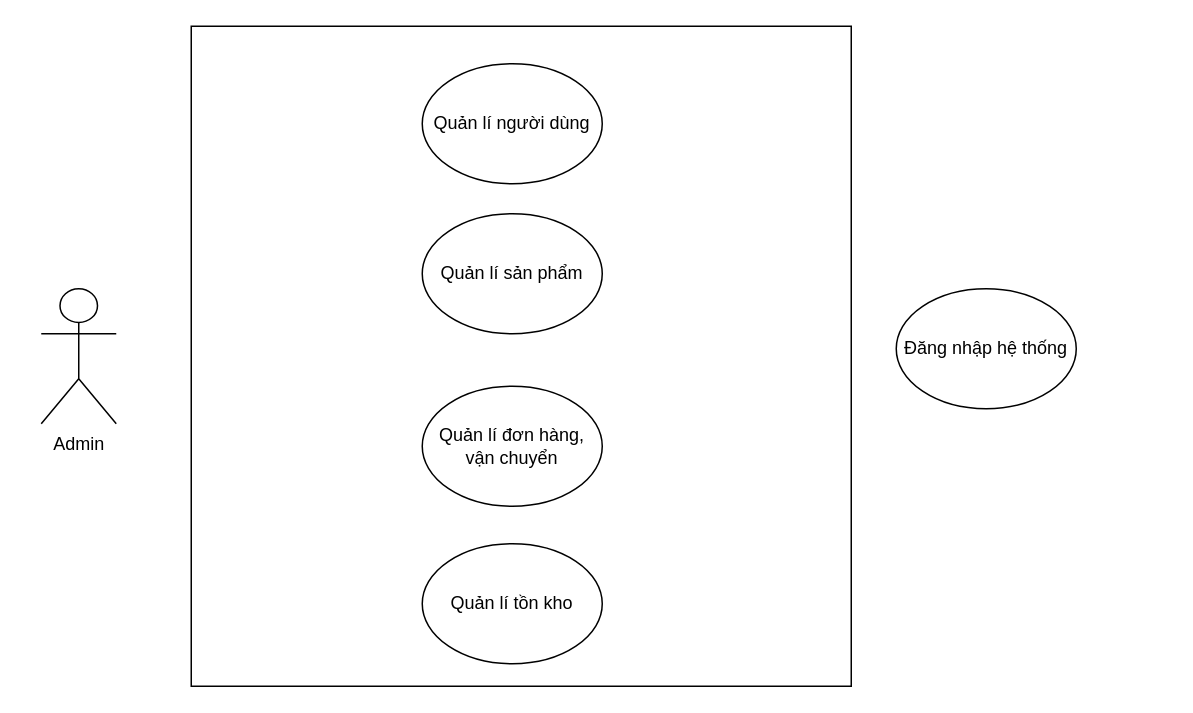
This is report/pttk.drawio from imstudent2210/DATN, a draw.io file, before an edit. Source tidied: cells renumbered, new cells numbered last; positions are measured from the earlier drawing's top-left corner, leaving out a move shared by most shapes. Both pictures are drawn from the tidied source at 150%, with x=0, y=0 at pixel (40, 26).
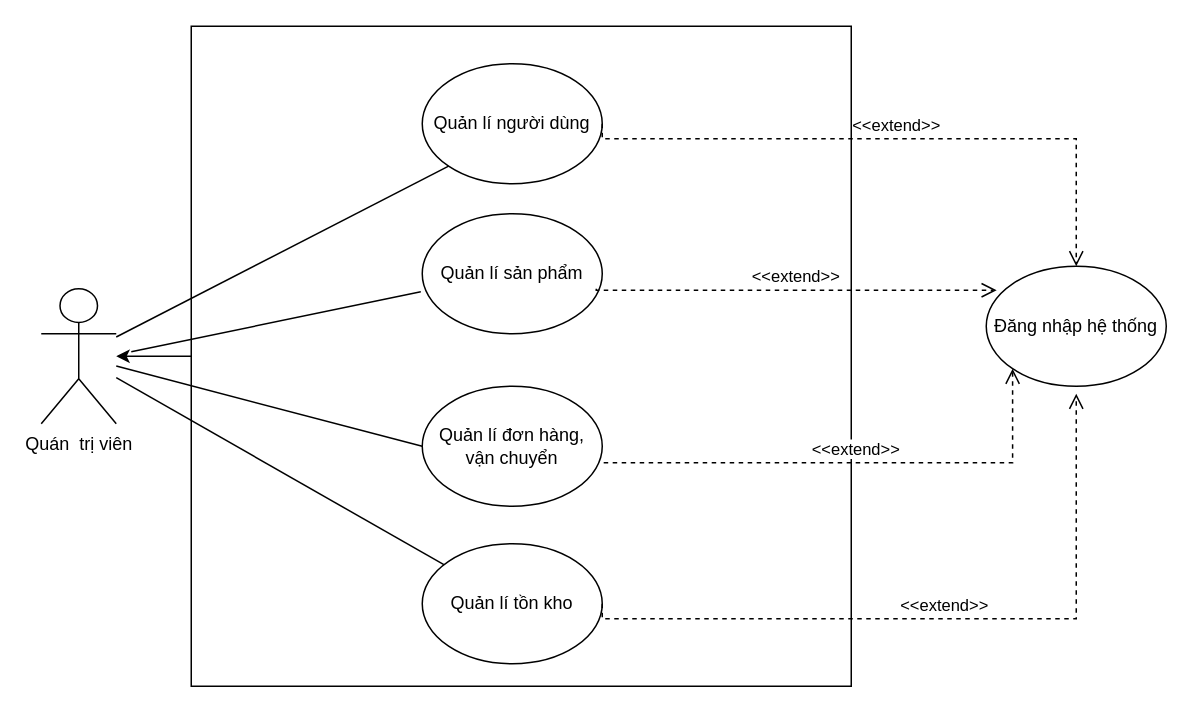
Above is the later version.

Commit message:
use case : quản trị viên

Unchanged cells that the change refers to:
```xml
<mxCell id="3" style="whiteSpace=wrap;html=1;" parent="1" vertex="1">
  <mxGeometry x="100" width="440" height="440" as="geometry" />
</mxCell>
<mxCell id="4" value="Quản lí người dùng" style="ellipse;whiteSpace=wrap;html=1;" parent="1" vertex="1">
  <mxGeometry x="254" y="25" width="120" height="80" as="geometry" />
</mxCell>
<mxCell id="5" value="Quản lí đơn hàng, vận chuyển" style="ellipse;whiteSpace=wrap;html=1;" parent="1" vertex="1">
  <mxGeometry x="254" y="240" width="120" height="80" as="geometry" />
</mxCell>
<mxCell id="6" value="Quản lí tồn kho" style="ellipse;whiteSpace=wrap;html=1;" parent="1" vertex="1">
  <mxGeometry x="254" y="345" width="120" height="80" as="geometry" />
</mxCell>
<mxCell id="7" value="Quản lí sản phẩm" style="ellipse;whiteSpace=wrap;html=1;" parent="1" vertex="1">
  <mxGeometry x="254" y="125" width="120" height="80" as="geometry" />
</mxCell>
```

What changed in the source:
```diff
@@
-    <mxCell id="2" value="Admin" style="shape=umlActor;verticalLabelPosition=bottom;verticalAlign=top;html=1;outlineConnect=0;" parent="1" vertex="1">
+    <mxCell id="2" value="Quán&amp;nbsp; trị viên" style="shape=umlActor;verticalLabelPosition=bottom;verticalAlign=top;html=1;outlineConnect=0;" parent="1" vertex="1">
       <mxGeometry y="175" width="50" height="90" as="geometry" />
     </mxCell>
+    <mxCell id="9" style="edgeStyle=orthogonalEdgeStyle;rounded=0;jettySize=auto;html=1;" parent="1" edge="1" source="3" target="2">
+      <mxGeometry relative="1" as="geometry" />
+    </mxCell>
@@
     <mxCell id="8" value="Đăng nhập hệ thống" style="ellipse;whiteSpace=wrap;html=1;" parent="1" vertex="1">
-      <mxGeometry x="570" y="175" width="120" height="80" as="geometry" />
+      <mxGeometry x="630" y="160" width="120" height="80" as="geometry" />
     </mxCell>
+    <mxCell id="10" value="&amp;lt;&amp;lt;extend&amp;gt;&amp;gt;" style="html=1;verticalAlign=bottom;endArrow=open;dashed=1;endSize=8;edgeStyle=elbowEdgeStyle;elbow=vertical;curved=0;rounded=0;entryX=0.5;entryY=0;entryDx=0;entryDy=0;exitX=1;exitY=0.5;exitDx=0;exitDy=0;" parent="1" edge="1" source="4" target="8">
+      <mxGeometry relative="1" as="geometry">
+        <Array as="points">
+          <mxPoint x="440" y="75" />
+        </Array>
+      </mxGeometry>
+    </mxCell>
+    <mxCell id="11" value="&amp;lt;&amp;lt;extend&amp;gt;&amp;gt;" style="html=1;verticalAlign=bottom;endArrow=open;dashed=1;endSize=8;edgeStyle=elbowEdgeStyle;elbow=vertical;curved=0;rounded=0;entryX=0.058;entryY=0.2;entryDx=0;entryDy=0;entryPerimeter=0;" parent="1" edge="1" target="8">
+      <mxGeometry relative="1" as="geometry">
+        <mxPoint x="370" y="175" as="sourcePoint" />
+      </mxGeometry>
+    </mxCell>
+    <mxCell id="12" value="&amp;lt;&amp;lt;extend&amp;gt;&amp;gt;" style="html=1;verticalAlign=bottom;endArrow=open;dashed=1;endSize=8;edgeStyle=elbowEdgeStyle;elbow=vertical;curved=0;rounded=0;entryX=0;entryY=1;entryDx=0;entryDy=0;exitX=1.008;exitY=0.638;exitDx=0;exitDy=0;exitPerimeter=0;" parent="1" edge="1" source="5" target="8">
+      <mxGeometry relative="1" as="geometry">
+        <Array as="points">
+          <mxPoint x="590" y="291" />
+        </Array>
+      </mxGeometry>
+    </mxCell>
+    <mxCell id="13" value="&amp;lt;&amp;lt;extend&amp;gt;&amp;gt;" style="html=1;verticalAlign=bottom;endArrow=open;dashed=1;endSize=8;edgeStyle=elbowEdgeStyle;elbow=vertical;curved=0;rounded=0;exitX=1;exitY=0.5;exitDx=0;exitDy=0;" parent="1" edge="1" source="6">
+      <mxGeometry relative="1" as="geometry">
+        <mxPoint x="690" y="245" as="targetPoint" />
+        <Array as="points">
+          <mxPoint x="370" y="395" />
+        </Array>
+      </mxGeometry>
+    </mxCell>
+    <mxCell id="14" style="endArrow=none;html=1;rounded=0;entryX=0;entryY=1;entryDx=0;entryDy=0;" parent="1" edge="1" source="2" target="4">
+      <mxGeometry relative="1" as="geometry" />
+    </mxCell>
+    <mxCell id="15" style="endArrow=none;html=1;rounded=0;entryX=-0.008;entryY=0.65;entryDx=0;entryDy=0;entryPerimeter=0;" parent="1" edge="1" target="7">
+      <mxGeometry relative="1" as="geometry">
+        <mxPoint x="60" y="217" as="sourcePoint" />
+      </mxGeometry>
+    </mxCell>
+    <mxCell id="16" style="endArrow=none;html=1;rounded=0;entryX=0;entryY=0.5;entryDx=0;entryDy=0;" parent="1" edge="1" source="2" target="5">
+      <mxGeometry relative="1" as="geometry" />
+    </mxCell>
+    <mxCell id="17" style="endArrow=none;html=1;rounded=0;" parent="1" edge="1" source="2" target="6">
+      <mxGeometry relative="1" as="geometry" />
+    </mxCell>
```
